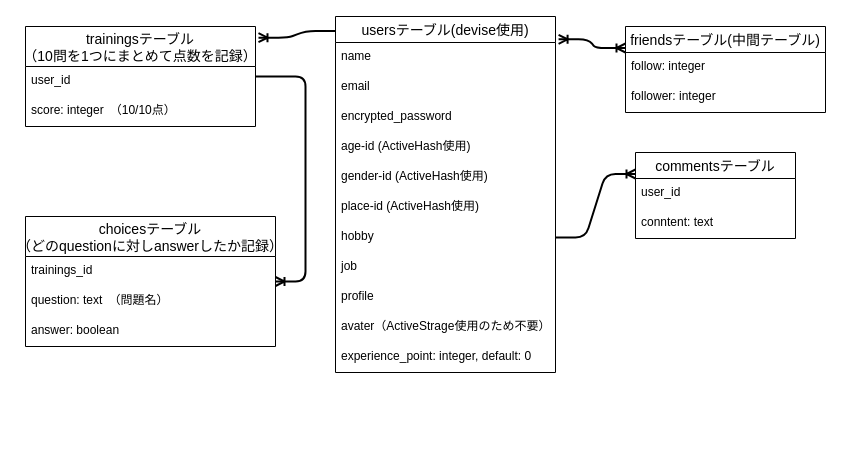
The draw.io diagram ER_zu.dio in daicheez/kotopark, before the edit. Source tidied: cells renumbered, new cells numbered last; positions are measured from the earlier drawing's top-left corner, leaving out a move shared by most shapes. Both pictures are drawn from the tidied source at 100%, with x=0, y=0 at pixel (25, 16).
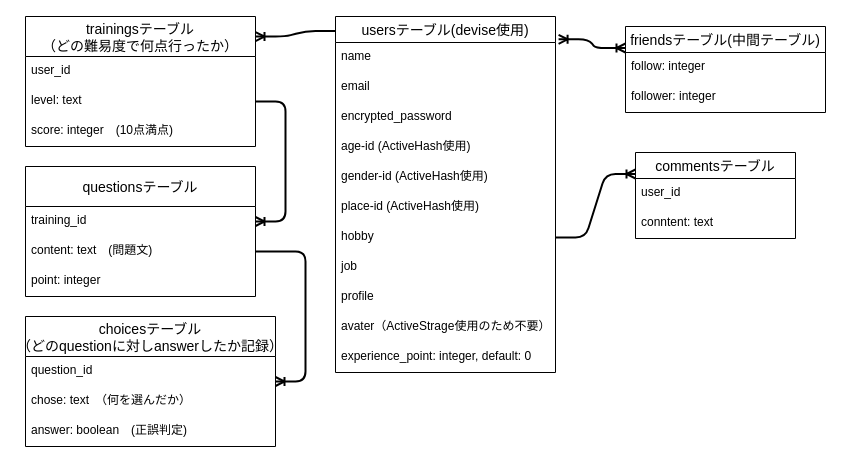
The same page after the edit.

The change refers to these unchanged cells:
```xml
<mxCell id="2" value="usersテーブル(devise使用)" style="swimlane;fontStyle=0;horizontal=1;startSize=26;align=center;fontSize=14;" parent="1" vertex="1">
  <mxGeometry x="310" width="220" height="356" as="geometry" />
</mxCell>
```

What changed in the source:
```diff
@@
-    <mxCell id="14" value="trainingsテーブル&#10;（10問を1つにまとめて点数を記録）" style="swimlane;fontStyle=0;horizontal=1;startSize=40;align=center;fontSize=14;" parent="1" vertex="1">
-      <mxGeometry y="10" width="230" height="100" as="geometry" />
-    </mxCell>
-    <mxCell id="15" value="user_id" style="text;strokeColor=none;fillColor=none;spacingLeft=4;spacingRight=4;overflow=hidden;fontSize=12;" parent="14" vertex="1">
-      <mxGeometry y="40" width="230" height="30" as="geometry" />
-    </mxCell>
-    <mxCell id="16" value="score: integer　（10/10点）" style="text;strokeColor=none;fillColor=none;spacingLeft=4;spacingRight=4;overflow=hidden;fontSize=12;" parent="14" vertex="1">
-      <mxGeometry y="70" width="230" height="30" as="geometry" />
-    </mxCell>
@@
     <mxCell id="25" value="choicesテーブル&#10;（どのquestionに対しanswerしたか記録）" style="swimlane;fontStyle=0;horizontal=1;startSize=40;align=center;fontSize=14;" parent="1" vertex="1">
-      <mxGeometry y="200" width="250" height="130" as="geometry" />
+      <mxGeometry y="300" width="250" height="130" as="geometry" />
     </mxCell>
-    <mxCell id="26" value="trainings_id" style="text;strokeColor=none;fillColor=none;spacingLeft=4;spacingRight=4;overflow=hidden;fontSize=12;" parent="25" vertex="1">
+    <mxCell id="26" value="question_id" style="text;strokeColor=none;fillColor=none;spacingLeft=4;spacingRight=4;overflow=hidden;fontSize=12;" parent="25" vertex="1">
       <mxGeometry y="40" width="250" height="30" as="geometry" />
     </mxCell>
-    <mxCell id="27" value="question: text　（問題名）" style="text;strokeColor=none;fillColor=none;spacingLeft=4;spacingRight=4;overflow=hidden;fontSize=12;" parent="25" vertex="1">
+    <mxCell id="27" value="chose: text　（何を選んだか）" style="text;strokeColor=none;fillColor=none;spacingLeft=4;spacingRight=4;overflow=hidden;fontSize=12;" parent="25" vertex="1">
       <mxGeometry y="70" width="250" height="30" as="geometry" />
     </mxCell>
-    <mxCell id="28" value="answer: boolean" style="text;strokeColor=none;fillColor=none;spacingLeft=4;spacingRight=4;overflow=hidden;fontSize=12;" parent="25" vertex="1">
+    <mxCell id="28" value="answer: boolean　(正誤判定)" style="text;strokeColor=none;fillColor=none;spacingLeft=4;spacingRight=4;overflow=hidden;fontSize=12;" parent="25" vertex="1">
       <mxGeometry y="100" width="250" height="30" as="geometry" />
     </mxCell>
-    <mxCell id="29" style="edgeStyle=entityRelationEdgeStyle;fontSize=12;html=1;endArrow=ERoneToMany;strokeWidth=2;entryX=1.013;entryY=0.112;entryDx=0;entryDy=0;exitX=0;exitY=0.041;exitDx=0;exitDy=0;exitPerimeter=0;entryPerimeter=0;" parent="1" edge="1" source="2" target="14">
+    <mxCell id="29" style="edgeStyle=entityRelationEdgeStyle;fontSize=12;html=1;endArrow=ERoneToMany;strokeWidth=2;exitX=0;exitY=0.041;exitDx=0;exitDy=0;exitPerimeter=0;entryX=1;entryY=0.154;entryDx=0;entryDy=0;entryPerimeter=0;" parent="1" edge="1" source="2" target="31">
       <mxGeometry relative="1" as="geometry" />
     </mxCell>
-    <mxCell id="30" style="edgeStyle=entityRelationEdgeStyle;fontSize=12;html=1;endArrow=ERoneToMany;strokeWidth=2;" parent="1" edge="1" source="14" target="25">
+    <mxCell id="30" style="edgeStyle=entityRelationEdgeStyle;fontSize=12;html=1;endArrow=ERoneToMany;strokeWidth=2;exitX=1;exitY=0.5;exitDx=0;exitDy=0;" parent="1" edge="1" source="36" target="25">
       <mxGeometry relative="1" as="geometry" />
     </mxCell>
+    <mxCell id="31" value="trainingsテーブル&#10;（どの難易度で何点行ったか）" style="swimlane;fontStyle=0;horizontal=1;startSize=40;align=center;fontSize=14;" parent="1" vertex="1">
+      <mxGeometry width="230" height="130" as="geometry" />
+    </mxCell>
+    <mxCell id="15" value="user_id" style="text;strokeColor=none;fillColor=none;spacingLeft=4;spacingRight=4;overflow=hidden;fontSize=12;" parent="31" vertex="1">
+      <mxGeometry y="40" width="230" height="30" as="geometry" />
+    </mxCell>
+    <mxCell id="32" value="level: text" style="text;strokeColor=none;fillColor=none;spacingLeft=4;spacingRight=4;overflow=hidden;points=[[0,0.5],[1,0.5]];portConstraint=eastwest;fontSize=12;" parent="31" vertex="1">
+      <mxGeometry y="70" width="230" height="30" as="geometry" />
+    </mxCell>
+    <mxCell id="33" value="score: integer　(10点満点)" style="text;strokeColor=none;fillColor=none;spacingLeft=4;spacingRight=4;overflow=hidden;fontSize=12;" parent="31" vertex="1">
+      <mxGeometry y="100" width="230" height="30" as="geometry" />
+    </mxCell>
+    <mxCell id="34" value="questionsテーブル" style="swimlane;fontStyle=0;horizontal=1;startSize=40;align=center;fontSize=14;" parent="1" vertex="1">
+      <mxGeometry y="150" width="230" height="130" as="geometry" />
+    </mxCell>
+    <mxCell id="35" value="training_id" style="text;strokeColor=none;fillColor=none;spacingLeft=4;spacingRight=4;overflow=hidden;points=[[0,0.5],[1,0.5]];portConstraint=eastwest;fontSize=12;" parent="34" vertex="1">
+      <mxGeometry y="40" width="230" height="30" as="geometry" />
+    </mxCell>
+    <mxCell id="36" value="content: text　(問題文)" style="text;strokeColor=none;fillColor=none;spacingLeft=4;spacingRight=4;overflow=hidden;points=[[0,0.5],[1,0.5]];portConstraint=eastwest;fontSize=12;" parent="34" vertex="1">
+      <mxGeometry y="70" width="230" height="30" as="geometry" />
+    </mxCell>
+    <mxCell id="37" value="point: integer" style="text;strokeColor=none;fillColor=none;spacingLeft=4;spacingRight=4;overflow=hidden;fontSize=12;" parent="34" vertex="1">
+      <mxGeometry y="100" width="230" height="30" as="geometry" />
+    </mxCell>
+    <mxCell id="38" style="edgeStyle=entityRelationEdgeStyle;fontSize=12;html=1;endArrow=ERoneToMany;strokeWidth=2;exitX=1;exitY=0.5;exitDx=0;exitDy=0;entryX=1;entryY=0.5;entryDx=0;entryDy=0;" parent="1" edge="1" source="32" target="35">
+      <mxGeometry relative="1" as="geometry" />
+    </mxCell>
```
